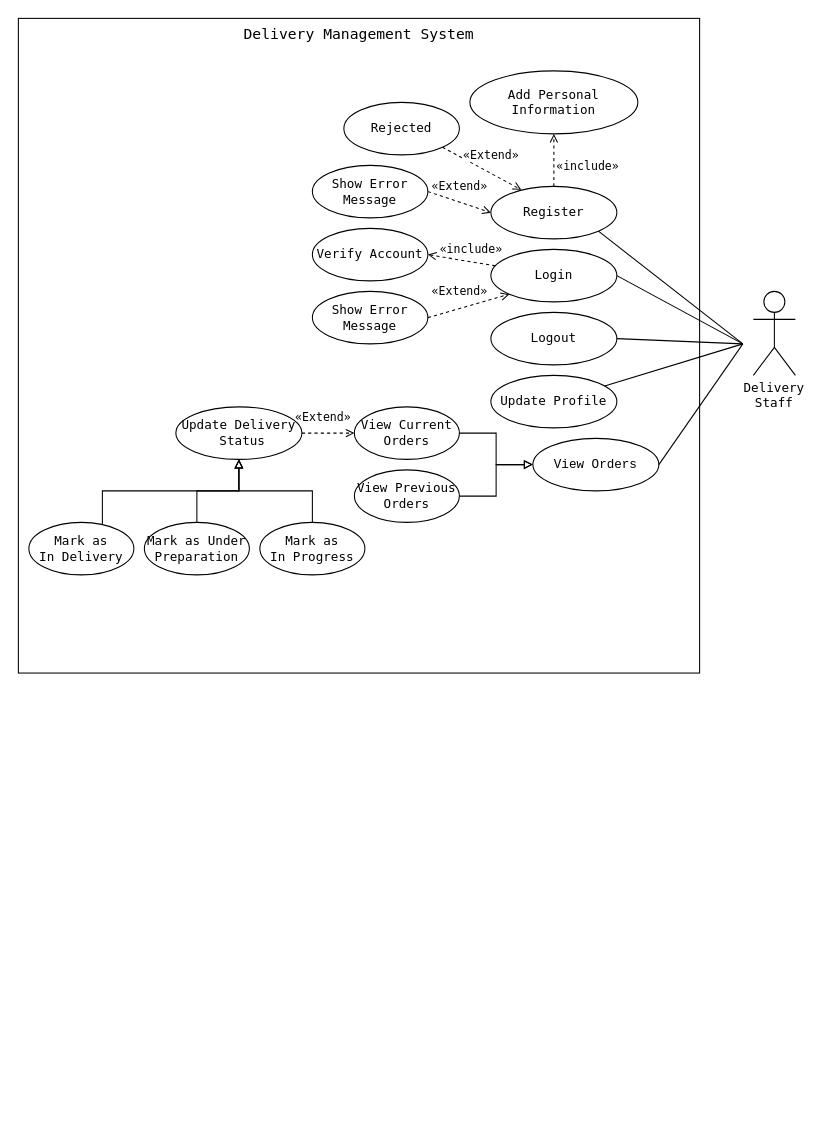
The draw.io diagram UseCases/Delivery_Staff.drawio in Klvvr1/BrightClean, before the edit. Source tidied: cells renumbered, new cells numbered last; positions are measured from the earlier drawing's top-left corner, leaving out a move shared by most shapes. Both pictures are drawn from the tidied source at 105%, with x=0, y=0 at pixel (18, 18).
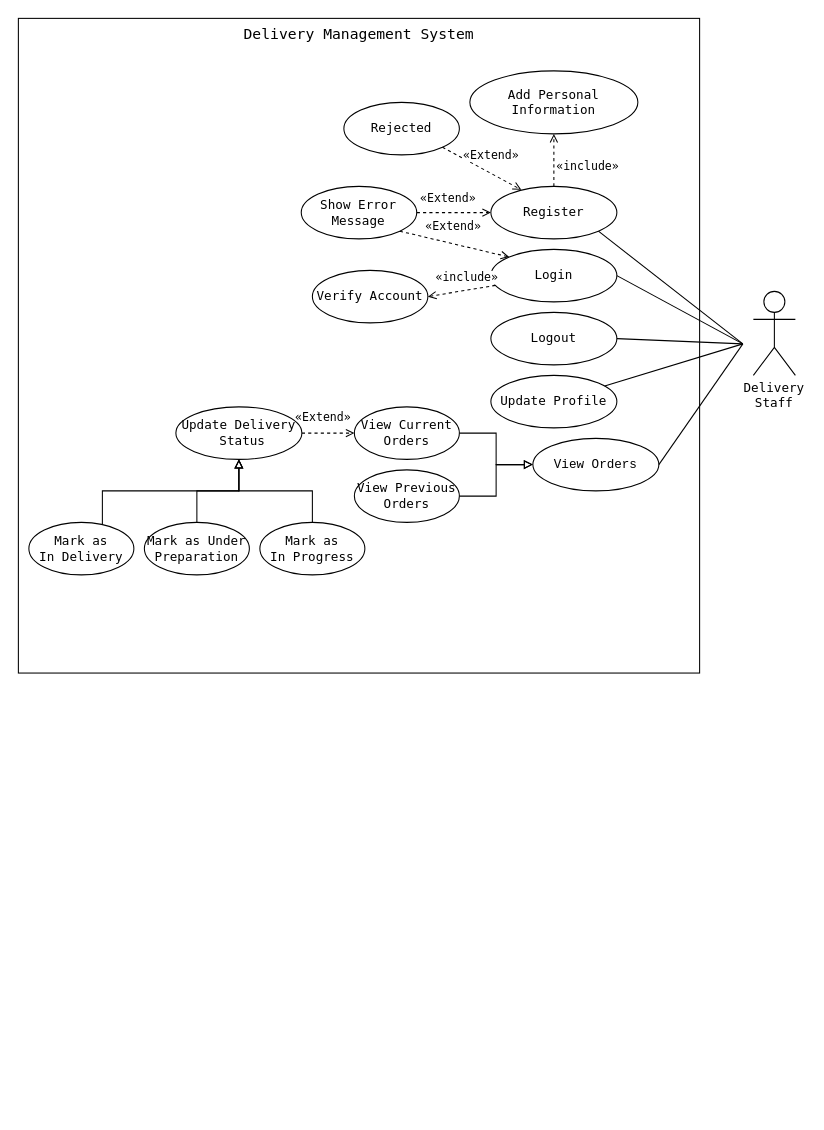
After the change.

Commit message (it also covers changes not shown here):
feat: add initial use case diagrams for Admin, Customer, Delivery Staff, and Laundry Manager roles (#71)

The change refers to these unchanged cells:
```xml
<mxCell id="4" value="Login" style="ellipse;whiteSpace=wrap;html=1;fontFamily=monospace;" parent="1" vertex="1">
  <mxGeometry x="450" y="220" width="120" height="50" as="geometry" />
</mxCell>
```

What changed in the source:
```diff
@@
     <mxCell id="16" value="Show Error Message" style="ellipse;whiteSpace=wrap;html=1;fontFamily=monospace;" parent="1" vertex="1">
-      <mxGeometry x="280" y="140" width="110" height="50" as="geometry" />
+      <mxGeometry x="269.4" y="160" width="110" height="50" as="geometry" />
     </mxCell>
@@
     <mxCell id="20" value="Verify Account" style="ellipse;whiteSpace=wrap;html=1;fontFamily=monospace;" parent="1" vertex="1">
-      <mxGeometry x="280" y="200" width="110" height="50" as="geometry" />
+      <mxGeometry x="280" y="240" width="110" height="50" as="geometry" />
     </mxCell>
-    <mxCell id="21" value="Show Error Message" style="ellipse;whiteSpace=wrap;html=1;fontFamily=monospace;" parent="1" vertex="1">
-      <mxGeometry x="280" y="260" width="110" height="50" as="geometry" />
-    </mxCell>
@@
-    <mxCell id="23" value="«Extend»" style="dashed=1;endArrow=open;html=1;exitX=1;exitY=0.5;exitDx=0;exitDy=0;entryX=0;entryY=1;entryDx=0;entryDy=0;fontFamily=monospace;" parent="1" edge="1" source="21" target="4">
+    <mxCell id="23" value="«Extend»" style="dashed=1;endArrow=open;html=1;exitX=1;exitY=1;exitDx=0;exitDy=0;entryX=0;entryY=0;entryDx=0;entryDy=0;fontFamily=monospace;" parent="1" edge="1" source="16" target="4">
       <mxGeometry x="-0.11" y="16" relative="1" as="geometry" />
     </mxCell>
```
